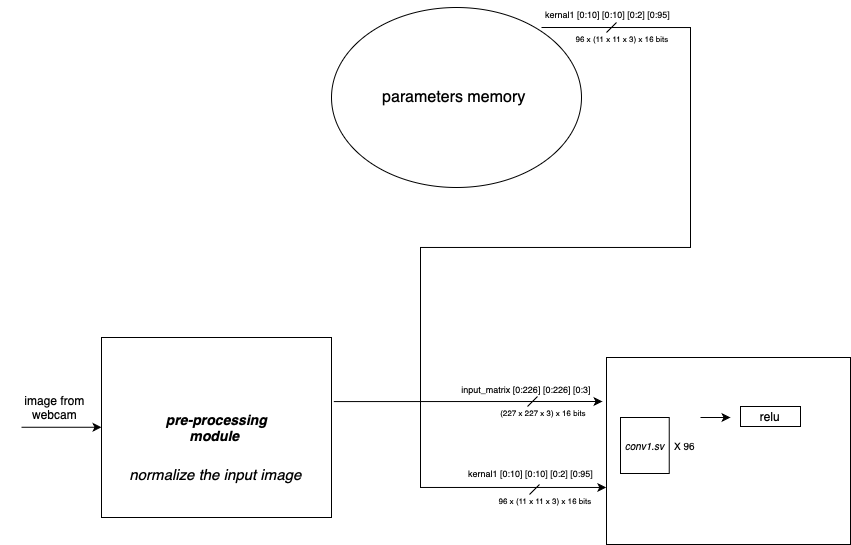
The draw.io diagram high_level_alexnet.png in abhinavnandwani/arm-llama2-asic, before a commit. Source tidied: cells renumbered, new cells last; positions are measured from the earlier drawing's top-left corner, leaving out a move shared by most shapes.
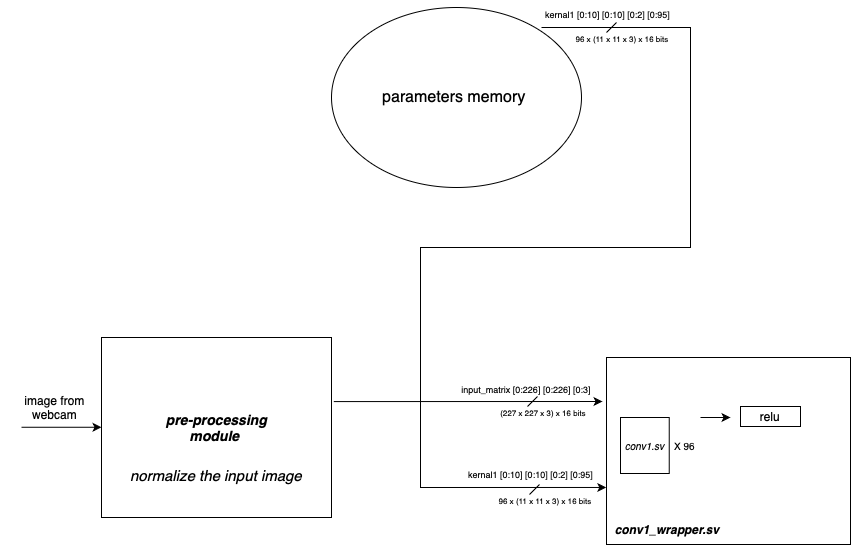
The same file after the commit.

The edit, as a diff of the source:
```diff
@@ -96,5 +96,8 @@
     <mxCell id="24" value="&lt;font style=&quot;font-size: 12px;&quot;&gt;relu&lt;/font&gt;" style="rounded=0;whiteSpace=wrap;html=1;" parent="1" vertex="1">
       <mxGeometry x="740" y="406" width="60" height="20" as="geometry" />
     </mxCell>
+    <mxCell id="25" value="&lt;b&gt;&lt;i&gt;conv1_wrapper.sv&lt;/i&gt;&lt;/b&gt;" style="text;html=1;align=center;verticalAlign=middle;whiteSpace=wrap;rounded=0;" parent="1" vertex="1">
+      <mxGeometry x="612" y="514" width="110" height="30" as="geometry" />
+    </mxCell>
   </root>
 </mxGraphModel>
```
